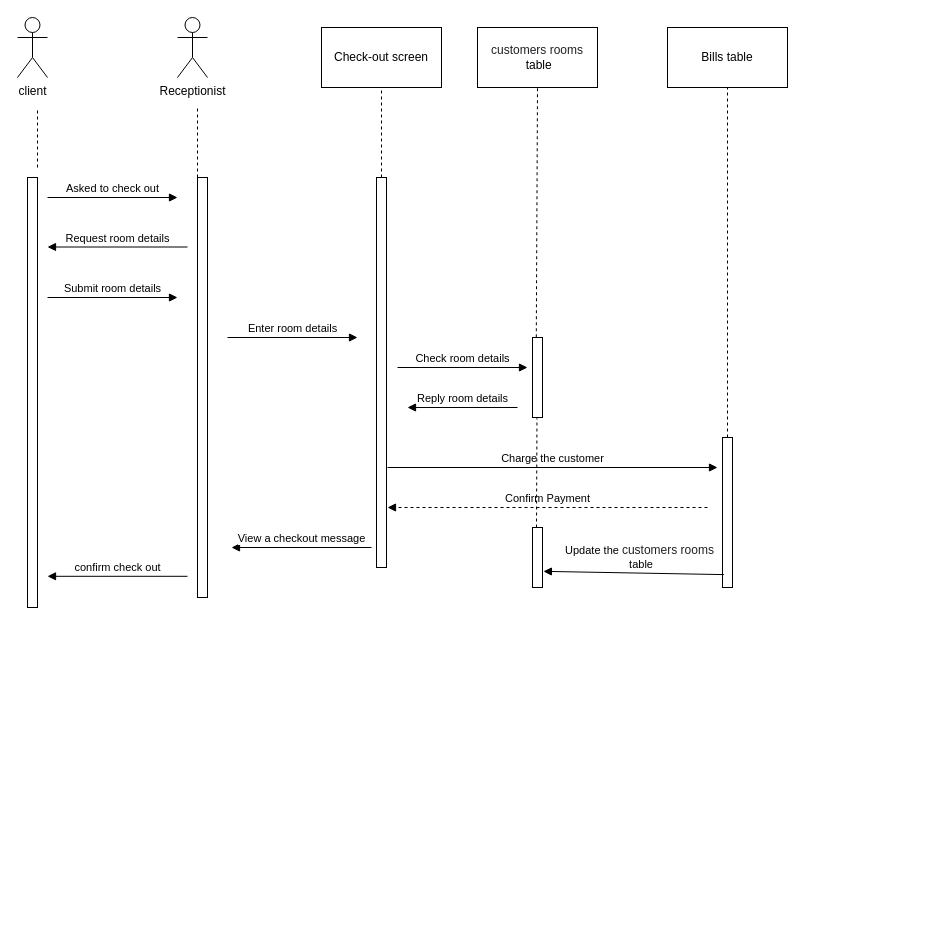
Before: הכנה לפרוייקט גמר/drowio/צאק אאוט פלוו מעודכן.drawio in MaorShtern/LHOTEL, a draw.io diagram. Source tidied: cells renumbered, new cells numbered last; positions are measured from the earlier drawing's top-left corner, leaving out a move shared by most shapes. Both pictures are drawn from the tidied source at 100%, with x=0, y=0 at pixel (17, 17).
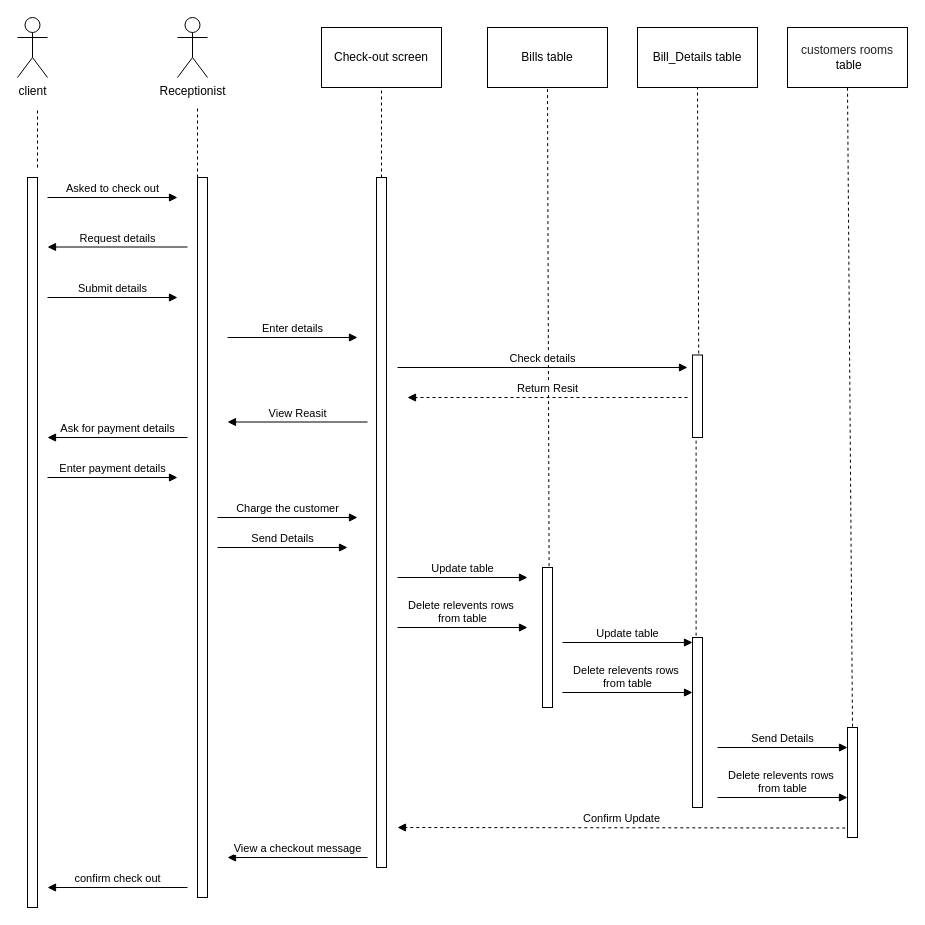
The same diagram, later.

Change to the diagram source:
```diff
@@
     <mxCell id="5" value="&lt;span style=&quot;color: rgb(32, 33, 36); font-family: arial, sans-serif; text-align: start; background-color: rgb(255, 255, 255);&quot;&gt;customers rooms&lt;br&gt;&lt;/span&gt;&amp;nbsp;table" style="rounded=0;whiteSpace=wrap;html=1;" parent="1" vertex="1">
-      <mxGeometry x="460" y="10" width="120" height="60" as="geometry" />
+      <mxGeometry x="770" y="10" width="120" height="60" as="geometry" />
     </mxCell>
     <mxCell id="6" value="Bills table" style="rounded=0;whiteSpace=wrap;html=1;" parent="1" vertex="1">
-      <mxGeometry x="650" y="10" width="120" height="60" as="geometry" />
+      <mxGeometry x="470" y="10" width="120" height="60" as="geometry" />
     </mxCell>
-    <mxCell id="7" style="endArrow=none;dashed=1;html=1;rounded=0;entryX=0.5;entryY=1;entryDx=0;entryDy=0;exitX=0.38;exitY=-0.003;exitDx=0;exitDy=0;exitPerimeter=0;" parent="1" edge="1" source="14" target="5">
+    <mxCell id="7" style="endArrow=none;dashed=1;html=1;rounded=0;entryX=0.5;entryY=1;entryDx=0;entryDy=0;exitX=0.5;exitY=-0.007;exitDx=0;exitDy=0;exitPerimeter=0;" parent="1" edge="1" source="26" target="5">
       <mxGeometry relative="1" as="geometry" />
     </mxCell>
@@
-    <mxCell id="11" style="endArrow=none;dashed=1;html=1;rounded=0;entryX=0.5;entryY=1;entryDx=0;entryDy=0;" parent="1" edge="1" source="13" target="6">
+    <mxCell id="11" style="endArrow=none;dashed=1;html=1;rounded=0;entryX=0.5;entryY=1;entryDx=0;entryDy=0;exitX=0.66;exitY=-0.01;exitDx=0;exitDy=0;exitPerimeter=0;" parent="1" edge="1" source="34" target="6">
       <mxGeometry relative="1" as="geometry" />
     </mxCell>
     <mxCell id="12" style="html=1;perimeter=orthogonalPerimeter;" parent="1" vertex="1">
-      <mxGeometry x="359" y="160" width="10" height="390" as="geometry" />
+      <mxGeometry x="359" y="160" width="10" height="690" as="geometry" />
     </mxCell>
-    <mxCell id="13" style="html=1;points=[];perimeter=orthogonalPerimeter;" parent="1" vertex="1">
-      <mxGeometry x="705" y="420" width="10" height="150" as="geometry" />
-    </mxCell>
-    <mxCell id="14" style="html=1;points=[];perimeter=orthogonalPerimeter;" parent="1" vertex="1">
-      <mxGeometry x="515" y="320" width="10" height="80" as="geometry" />
-    </mxCell>
     <mxCell id="15" style="html=1;perimeter=orthogonalPerimeter;" parent="1" vertex="1">
-      <mxGeometry x="180" y="160" width="10" height="420" as="geometry" />
+      <mxGeometry x="180" y="160" width="10" height="720" as="geometry" />
     </mxCell>
     <mxCell id="16" style="html=1;perimeter=orthogonalPerimeter;" parent="1" vertex="1">
-      <mxGeometry x="10" y="160" width="10" height="430" as="geometry" />
+      <mxGeometry x="10" y="160" width="10" height="730" as="geometry" />
     </mxCell>
@@
-    <mxCell id="18" value="Update the&amp;nbsp;&lt;span style=&quot;color: rgb(32, 33, 36); font-family: arial, sans-serif; font-size: 12px; text-align: start;&quot;&gt;customers rooms&lt;/span&gt;&lt;br&gt;&amp;nbsp;table" style="html=1;verticalAlign=bottom;endArrow=block;rounded=0;entryX=1.088;entryY=0.731;entryDx=0;entryDy=0;entryPerimeter=0;exitX=0.136;exitY=0.914;exitDx=0;exitDy=0;exitPerimeter=0;" parent="1" edge="1" source="13" target="26">
-      <mxGeometry x="-0.07" relative="1" as="geometry" />
-    </mxCell>
-    <mxCell id="19" value="Confirm Payment" style="html=1;verticalAlign=bottom;endArrow=block;rounded=0;dashed=1;" parent="1" edge="1">
+    <mxCell id="19" value="Confirm Update" style="html=1;verticalAlign=bottom;endArrow=block;rounded=0;dashed=1;exitX=-0.22;exitY=0.914;exitDx=0;exitDy=0;exitPerimeter=0;" parent="1" edge="1" source="26">
       <mxGeometry relative="1" as="geometry">
-        <mxPoint x="690" y="490" as="sourcePoint" />
-        <mxPoint x="370" y="490" as="targetPoint" />
+        <mxPoint x="380" y="810" as="targetPoint" />
       </mxGeometry>
     </mxCell>
-    <mxCell id="20" value="Check room details" style="html=1;verticalAlign=bottom;endArrow=block;rounded=0;" parent="1" edge="1">
+    <mxCell id="20" value="Check details" style="html=1;verticalAlign=bottom;endArrow=block;rounded=0;" parent="1" edge="1">
       <mxGeometry relative="1" as="geometry">
         <mxPoint x="380" y="350" as="sourcePoint" />
-        <mxPoint x="510" y="350" as="targetPoint" />
+        <mxPoint x="670" y="350" as="targetPoint" />
       </mxGeometry>
     </mxCell>
-    <mxCell id="21" value="Request room details" style="html=1;verticalAlign=bottom;endArrow=block;rounded=0;" parent="1" edge="1">
+    <mxCell id="21" value="Request details" style="html=1;verticalAlign=bottom;endArrow=block;rounded=0;" parent="1" edge="1">
       <mxGeometry relative="1" as="geometry">
         <mxPoint x="170" y="229.5" as="sourcePoint" />
         <mxPoint x="30" y="229.5" as="targetPoint" />
       </mxGeometry>
     </mxCell>
     <mxCell id="22" value="Charge the customer" style="html=1;verticalAlign=bottom;endArrow=block;rounded=0;" parent="1" edge="1">
       <mxGeometry relative="1" as="geometry">
-        <mxPoint x="370" y="450" as="sourcePoint" />
-        <mxPoint x="700" y="450" as="targetPoint" />
+        <mxPoint x="200" y="500" as="sourcePoint" />
+        <mxPoint x="340" y="500" as="targetPoint" />
       </mxGeometry>
     </mxCell>
-    <mxCell id="23" value="Reply room details" style="html=1;verticalAlign=bottom;endArrow=block;rounded=0;" parent="1" edge="1">
-      <mxGeometry relative="1" as="geometry">
-        <mxPoint x="500" y="390" as="sourcePoint" />
-        <mxPoint x="390" y="390" as="targetPoint" />
-      </mxGeometry>
-    </mxCell>
-    <mxCell id="24" value="Enter room details" style="html=1;verticalAlign=bottom;endArrow=block;rounded=0;" parent="1" edge="1">
+    <mxCell id="24" value="Enter details" style="html=1;verticalAlign=bottom;endArrow=block;rounded=0;" parent="1" edge="1">
       <mxGeometry relative="1" as="geometry">
         <mxPoint x="210" y="320" as="sourcePoint" />
         <mxPoint x="340" y="320" as="targetPoint" />
       </mxGeometry>
     </mxCell>
-    <mxCell id="25" value="Submit room details" style="html=1;verticalAlign=bottom;endArrow=block;rounded=0;" parent="1" edge="1">
+    <mxCell id="25" value="Submit details" style="html=1;verticalAlign=bottom;endArrow=block;rounded=0;" parent="1" edge="1">
       <mxGeometry relative="1" as="geometry">
         <mxPoint x="30" y="280" as="sourcePoint" />
         <mxPoint x="160" y="280" as="targetPoint" />
       </mxGeometry>
     </mxCell>
     <mxCell id="26" style="html=1;points=[];perimeter=orthogonalPerimeter;" parent="1" vertex="1">
-      <mxGeometry x="515" y="510" width="10" height="60" as="geometry" />
+      <mxGeometry x="830" y="710" width="10" height="110" as="geometry" />
     </mxCell>
     <mxCell id="27" value="View a checkout message" style="html=1;verticalAlign=bottom;endArrow=block;rounded=0;" parent="1" edge="1">
       <mxGeometry relative="1" as="geometry">
-        <mxPoint x="354" y="530" as="sourcePoint" />
-        <mxPoint x="214" y="530" as="targetPoint" />
+        <mxPoint x="350" y="840" as="sourcePoint" />
+        <mxPoint x="210" y="840" as="targetPoint" />
       </mxGeometry>
     </mxCell>
     <mxCell id="28" value="confirm&amp;nbsp;check out" style="html=1;verticalAlign=bottom;endArrow=block;rounded=0;" parent="1" edge="1">
       <mxGeometry relative="1" as="geometry">
-        <mxPoint x="170" y="558.8" as="sourcePoint" />
-        <mxPoint x="30" y="558.8" as="targetPoint" />
+        <mxPoint x="170" y="870" as="sourcePoint" />
+        <mxPoint x="30" y="870" as="targetPoint" />
       </mxGeometry>
     </mxCell>
-    <mxCell id="29" style="endArrow=none;dashed=1;html=1;rounded=0;entryX=0.447;entryY=1.008;entryDx=0;entryDy=0;entryPerimeter=0;" parent="1" edge="1" target="14">
-      <mxGeometry relative="1" as="geometry">
-        <mxPoint x="519" y="510" as="sourcePoint" />
-      </mxGeometry>
-    </mxCell>
+    <mxCell id="30" value="Bill_Details table" style="rounded=0;whiteSpace=wrap;html=1;" parent="1" vertex="1">
+      <mxGeometry x="620" y="10" width="120" height="60" as="geometry" />
+    </mxCell>
+    <mxCell id="31" style="endArrow=none;dashed=1;html=1;rounded=0;entryX=0.5;entryY=1;entryDx=0;entryDy=0;exitX=0.62;exitY=-0.018;exitDx=0;exitDy=0;exitPerimeter=0;" parent="1" edge="1" source="38" target="30">
+      <mxGeometry relative="1" as="geometry" />
+    </mxCell>
+    <mxCell id="32" value="Update table" style="html=1;verticalAlign=bottom;endArrow=block;rounded=0;" parent="1" edge="1">
+      <mxGeometry relative="1" as="geometry">
+        <mxPoint x="380" y="560" as="sourcePoint" />
+        <mxPoint x="510" y="560" as="targetPoint" />
+      </mxGeometry>
+    </mxCell>
+    <mxCell id="33" value="Send Details" style="html=1;verticalAlign=bottom;endArrow=block;rounded=0;" parent="1" edge="1">
+      <mxGeometry relative="1" as="geometry">
+        <mxPoint x="200" y="530" as="sourcePoint" />
+        <mxPoint x="330" y="530" as="targetPoint" />
+      </mxGeometry>
+    </mxCell>
+    <mxCell id="34" style="html=1;points=[];perimeter=orthogonalPerimeter;" parent="1" vertex="1">
+      <mxGeometry x="525" y="550" width="10" height="140" as="geometry" />
+    </mxCell>
+    <mxCell id="35" value="Delete relevents rows&amp;nbsp;&lt;br&gt;from table" style="html=1;verticalAlign=bottom;endArrow=block;rounded=0;" parent="1" edge="1">
+      <mxGeometry relative="1" as="geometry">
+        <mxPoint x="380" y="610" as="sourcePoint" />
+        <mxPoint x="510" y="610" as="targetPoint" />
+      </mxGeometry>
+    </mxCell>
+    <mxCell id="36" value="Send Details" style="html=1;verticalAlign=bottom;endArrow=block;rounded=0;" parent="1" edge="1">
+      <mxGeometry relative="1" as="geometry">
+        <mxPoint x="700" y="730" as="sourcePoint" />
+        <mxPoint x="830" y="730" as="targetPoint" />
+      </mxGeometry>
+    </mxCell>
+    <mxCell id="37" value="Delete relevents rows&amp;nbsp;&lt;br&gt;from table" style="html=1;verticalAlign=bottom;endArrow=block;rounded=0;" parent="1" edge="1">
+      <mxGeometry relative="1" as="geometry">
+        <mxPoint x="700" y="780" as="sourcePoint" />
+        <mxPoint x="830" y="780" as="targetPoint" />
+      </mxGeometry>
+    </mxCell>
+    <mxCell id="38" style="html=1;points=[];perimeter=orthogonalPerimeter;" parent="1" vertex="1">
+      <mxGeometry x="675" y="337.5" width="10" height="82.5" as="geometry" />
+    </mxCell>
+    <mxCell id="39" value="Return Resit" style="html=1;verticalAlign=bottom;endArrow=block;rounded=0;dashed=1;" parent="1" edge="1">
+      <mxGeometry relative="1" as="geometry">
+        <mxPoint x="670" y="380" as="sourcePoint" />
+        <mxPoint x="390" y="380" as="targetPoint" />
+      </mxGeometry>
+    </mxCell>
+    <mxCell id="40" value="Ask for payment details" style="html=1;verticalAlign=bottom;endArrow=block;rounded=0;" parent="1" edge="1">
+      <mxGeometry relative="1" as="geometry">
+        <mxPoint x="170" y="420" as="sourcePoint" />
+        <mxPoint x="30" y="420" as="targetPoint" />
+      </mxGeometry>
+    </mxCell>
+    <mxCell id="41" value="View Reasit" style="html=1;verticalAlign=bottom;endArrow=block;rounded=0;" parent="1" edge="1">
+      <mxGeometry relative="1" as="geometry">
+        <mxPoint x="350" y="404.5" as="sourcePoint" />
+        <mxPoint x="210" y="404.5" as="targetPoint" />
+      </mxGeometry>
+    </mxCell>
+    <mxCell id="42" value="Enter payment details" style="html=1;verticalAlign=bottom;endArrow=block;rounded=0;" parent="1" edge="1">
+      <mxGeometry relative="1" as="geometry">
+        <mxPoint x="30" y="460" as="sourcePoint" />
+        <mxPoint x="160" y="460" as="targetPoint" />
+      </mxGeometry>
+    </mxCell>
+    <mxCell id="43" style="endArrow=none;dashed=1;html=1;rounded=0;entryX=0.36;entryY=1;entryDx=0;entryDy=0;entryPerimeter=0;exitX=0.36;exitY=-0.011;exitDx=0;exitDy=0;exitPerimeter=0;" parent="1" edge="1" source="44" target="38">
+      <mxGeometry relative="1" as="geometry" />
+    </mxCell>
+    <mxCell id="44" style="html=1;points=[];perimeter=orthogonalPerimeter;" parent="1" vertex="1">
+      <mxGeometry x="675" y="620" width="10" height="170" as="geometry" />
+    </mxCell>
+    <mxCell id="45" value="Update table" style="html=1;verticalAlign=bottom;endArrow=block;rounded=0;" parent="1" edge="1">
+      <mxGeometry relative="1" as="geometry">
+        <mxPoint x="545" y="625" as="sourcePoint" />
+        <mxPoint x="675" y="625" as="targetPoint" />
+      </mxGeometry>
+    </mxCell>
+    <mxCell id="46" value="Delete relevents rows&amp;nbsp;&lt;br&gt;from table" style="html=1;verticalAlign=bottom;endArrow=block;rounded=0;" parent="1" edge="1">
+      <mxGeometry relative="1" as="geometry">
+        <mxPoint x="545" y="675" as="sourcePoint" />
+        <mxPoint x="675" y="675" as="targetPoint" />
+      </mxGeometry>
+    </mxCell>
```
